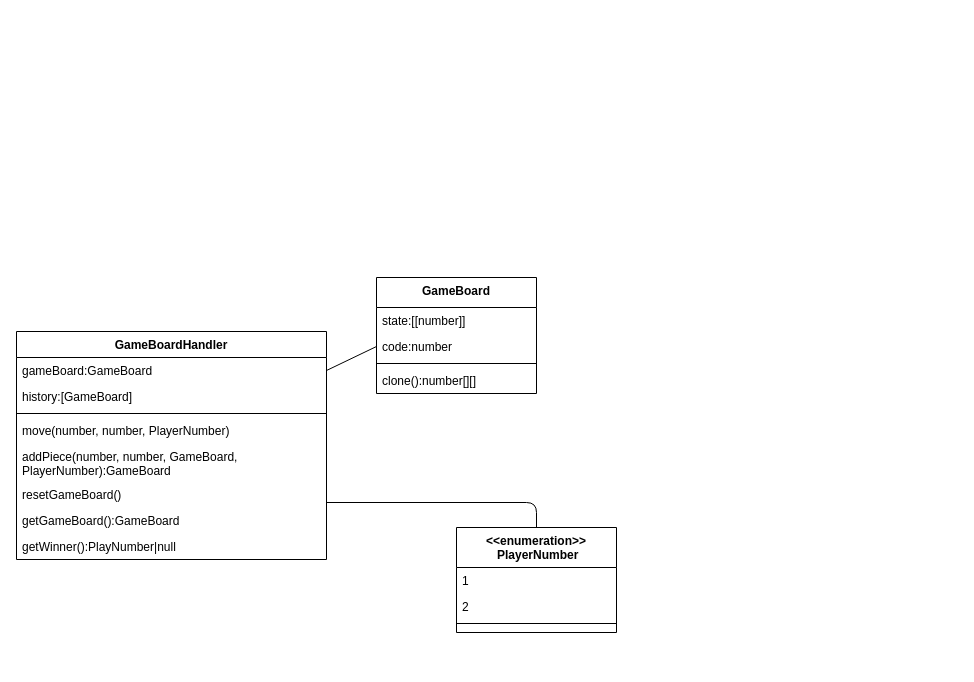
Earlier version of the draw.io diagram ProductBacklog/Klassendiagramme/Aktuell.drawio (idlaviV/TIKTacToe). Source tidied: cells renumbered, new cells numbered last; positions are measured from the earlier drawing's top-left corner, leaving out a move shared by most shapes. Both pictures are drawn from the tidied source at 100%, with x=0, y=0 at pixel (16, 277).
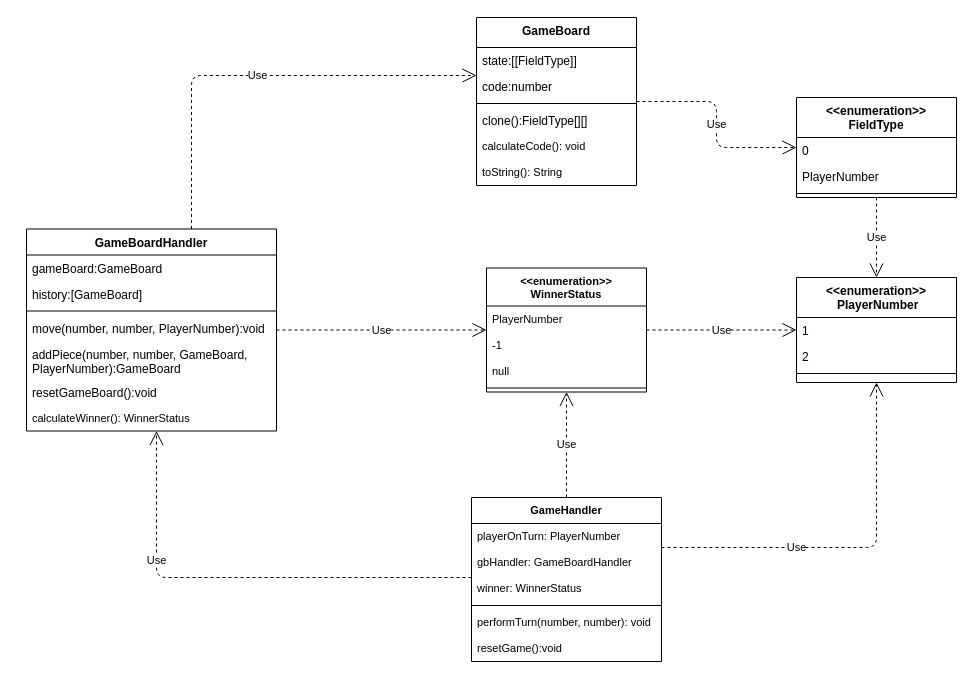
Above is the later version.

Unchanged cells that the change refers to:
```xml
<mxCell id="4" value="code:number" style="text;align=left;verticalAlign=top;spacingLeft=4;spacingRight=4;overflow=hidden;points=[[0,0.5],[1,0.5]];portConstraint=eastwest;rounded=0;shadow=0;html=0;" parent="2" vertex="1">
  <mxGeometry y="56" width="160" height="26" as="geometry" />
</mxCell>
```

The edit, as a diff of the source:
```diff
@@
     <mxCell id="2" value="GameBoard" style="swimlane;fontStyle=1;align=center;verticalAlign=top;horizontal=1;startSize=30;rounded=0;shadow=0;strokeWidth=1;" parent="1" vertex="1">
-      <mxGeometry x="360" width="160" height="116" as="geometry" />
+      <mxGeometry x="460" y="-260" width="160" height="168" as="geometry" />
     </mxCell>
-    <mxCell id="3" value="state:[[number]]" style="text;align=left;verticalAlign=top;spacingLeft=4;spacingRight=4;overflow=hidden;" parent="2" vertex="1">
+    <mxCell id="3" value="state:[[FieldType]]" style="text;align=left;verticalAlign=top;spacingLeft=4;spacingRight=4;overflow=hidden;" parent="2" vertex="1">
       <mxGeometry y="30" width="160" height="26" as="geometry" />
     </mxCell>
@@
-    <mxCell id="6" value="clone():number[][]" style="text;align=left;verticalAlign=top;spacingLeft=4;spacingRight=4;overflow=hidden;fontStyle=0;" parent="2" vertex="1">
+    <mxCell id="6" value="clone():FieldType[][]" style="text;align=left;verticalAlign=top;spacingLeft=4;spacingRight=4;overflow=hidden;fontStyle=0;" parent="2" vertex="1">
       <mxGeometry y="90" width="160" height="26" as="geometry" />
     </mxCell>
+    <mxCell id="22" value="calculateCode(): void" style="text;strokeColor=none;fillColor=none;align=left;verticalAlign=top;spacingLeft=4;spacingRight=4;overflow=hidden;fontFamily=Helvetica;fontSize=11;fontColor=default;" parent="2" vertex="1">
+      <mxGeometry y="116" width="160" height="26" as="geometry" />
+    </mxCell>
+    <mxCell id="23" value="toString(): String" style="text;strokeColor=none;fillColor=none;align=left;verticalAlign=top;spacingLeft=4;spacingRight=4;overflow=hidden;fontFamily=Helvetica;fontSize=11;fontColor=default;" parent="2" vertex="1">
+      <mxGeometry y="142" width="160" height="26" as="geometry" />
+    </mxCell>
     <mxCell id="7" value="GameBoardHandler" style="swimlane;fontStyle=1;align=center;verticalAlign=top;horizontal=1;startSize=26;rounded=0;shadow=0;strokeWidth=1;" parent="1" vertex="1">
-      <mxGeometry y="54" width="310" height="228" as="geometry" />
+      <mxGeometry x="10" y="-48.5" width="250" height="202" as="geometry" />
     </mxCell>
     <mxCell id="8" value="gameBoard:GameBoard" style="text;align=left;verticalAlign=top;spacingLeft=4;spacingRight=4;overflow=hidden;points=[[0,0.5],[1,0.5]];portConstraint=eastwest;" parent="7" vertex="1">
-      <mxGeometry y="26" width="310" height="26" as="geometry" />
+      <mxGeometry y="26" width="250" height="26" as="geometry" />
     </mxCell>
     <mxCell id="9" value="history:[GameBoard]" style="text;align=left;verticalAlign=top;spacingLeft=4;spacingRight=4;overflow=hidden;rounded=0;shadow=0;html=0;" parent="7" vertex="1">
-      <mxGeometry y="52" width="310" height="26" as="geometry" />
+      <mxGeometry y="52" width="250" height="26" as="geometry" />
     </mxCell>
     <mxCell id="10" style="line;html=1;strokeWidth=1;align=left;verticalAlign=middle;spacingTop=-1;spacingLeft=3;spacingRight=3;labelPosition=right;" parent="7" vertex="1">
-      <mxGeometry y="78" width="310" height="8" as="geometry" />
+      <mxGeometry y="78" width="250" height="8" as="geometry" />
     </mxCell>
-    <mxCell id="11" value="move(number, number, PlayerNumber)" style="text;align=left;verticalAlign=top;spacingLeft=4;spacingRight=4;overflow=hidden;fontStyle=0;" parent="7" vertex="1">
-      <mxGeometry y="86" width="310" height="26" as="geometry" />
+    <mxCell id="11" value="move(number, number, PlayerNumber):void" style="text;align=left;verticalAlign=top;spacingLeft=4;spacingRight=4;overflow=hidden;fontStyle=0;" parent="7" vertex="1">
+      <mxGeometry y="86" width="250" height="26" as="geometry" />
     </mxCell>
     <mxCell id="12" value="addPiece(number, number, GameBoard, &#10;PlayerNumber):GameBoard" style="text;strokeColor=none;fillColor=none;align=left;verticalAlign=top;spacingLeft=4;spacingRight=4;overflow=hidden;" parent="7" vertex="1">
-      <mxGeometry y="112" width="310" height="38" as="geometry" />
+      <mxGeometry y="112" width="250" height="38" as="geometry" />
     </mxCell>
-    <mxCell id="13" value="resetGameBoard()" style="text;strokeColor=none;fillColor=none;align=left;verticalAlign=top;spacingLeft=4;spacingRight=4;overflow=hidden;" parent="7" vertex="1">
-      <mxGeometry y="150" width="310" height="26" as="geometry" />
+    <mxCell id="13" value="resetGameBoard():void" style="text;strokeColor=none;fillColor=none;align=left;verticalAlign=top;spacingLeft=4;spacingRight=4;overflow=hidden;" parent="7" vertex="1">
+      <mxGeometry y="150" width="250" height="26" as="geometry" />
     </mxCell>
-    <mxCell id="14" value="getGameBoard():GameBoard" style="text;strokeColor=none;fillColor=none;align=left;verticalAlign=top;spacingLeft=4;spacingRight=4;overflow=hidden;" parent="7" vertex="1">
-      <mxGeometry y="176" width="310" height="26" as="geometry" />
-    </mxCell>
-    <mxCell id="15" value="getWinner():PlayNumber|null" style="text;strokeColor=none;fillColor=none;align=left;verticalAlign=top;spacingLeft=4;spacingRight=4;overflow=hidden;" parent="7" vertex="1">
-      <mxGeometry y="202" width="310" height="26" as="geometry" />
-    </mxCell>
+    <mxCell id="24" value="calculateWinner(): WinnerStatus" style="text;strokeColor=none;fillColor=none;align=left;verticalAlign=top;spacingLeft=4;spacingRight=4;overflow=hidden;fontFamily=Helvetica;fontSize=11;fontColor=default;" parent="7" vertex="1">
+      <mxGeometry y="176" width="250" height="26" as="geometry" />
+    </mxCell>
     <mxCell id="16" value="&lt;&lt;enumeration&gt;&gt;&#10; PlayerNumber" style="swimlane;fontStyle=1;align=center;verticalAlign=top;horizontal=1;startSize=40;rounded=0;shadow=0;strokeWidth=1;" parent="1" vertex="1">
-      <mxGeometry x="440" y="250" width="160" height="105" as="geometry" />
+      <mxGeometry x="780" width="160" height="105" as="geometry" />
     </mxCell>
@@
-    <mxCell id="20" style="endArrow=none;html=1;entryX=1;entryY=0.5;entryDx=0;entryDy=0;exitX=0;exitY=0.5;exitDx=0;exitDy=0;" parent="1" edge="1" source="4" target="8">
-      <mxGeometry relative="1" as="geometry" />
-    </mxCell>
-    <mxCell id="21" style="endArrow=none;html=1;entryX=1;entryY=0.75;entryDx=0;entryDy=0;exitX=0.5;exitY=0;exitDx=0;exitDy=0;edgeStyle=orthogonalEdgeStyle;" parent="1" edge="1" source="16" target="7">
-      <mxGeometry relative="1" as="geometry" />
-    </mxCell>
+    <mxCell id="25" value="&lt;&lt;enumeration&gt;&gt;&#10;FieldType" style="swimlane;fontStyle=1;align=center;verticalAlign=top;horizontal=1;startSize=40;" parent="1" vertex="1">
+      <mxGeometry x="780" y="-180" width="160" height="100" as="geometry" />
+    </mxCell>
+    <mxCell id="26" value="0" style="text;strokeColor=none;fillColor=none;align=left;verticalAlign=top;spacingLeft=4;spacingRight=4;overflow=hidden;" parent="25" vertex="1">
+      <mxGeometry y="40" width="160" height="26" as="geometry" />
+    </mxCell>
+    <mxCell id="27" value="PlayerNumber" style="text;strokeColor=none;fillColor=none;align=left;verticalAlign=top;spacingLeft=4;spacingRight=4;overflow=hidden;" parent="25" vertex="1">
+      <mxGeometry y="66" width="160" height="26" as="geometry" />
+    </mxCell>
+    <mxCell id="28" style="line;strokeWidth=1;fillColor=none;align=left;verticalAlign=middle;spacingTop=-1;spacingLeft=3;spacingRight=3;labelPosition=right;strokeColor=inherit;" parent="25" vertex="1">
+      <mxGeometry y="92" width="160" height="8" as="geometry" />
+    </mxCell>
+    <mxCell id="29" value="Use" style="endArrow=open;endSize=12;dashed=1;html=1;edgeStyle=orthogonalEdgeStyle;" parent="1" edge="1" source="7" target="2">
+      <mxGeometry relative="1" as="geometry">
+        <Array as="points">
+          <mxPoint x="175" y="-202" />
+        </Array>
+      </mxGeometry>
+    </mxCell>
+    <mxCell id="30" value="Use" style="endArrow=open;endSize=12;dashed=1;html=1;edgeStyle=orthogonalEdgeStyle;" parent="1" edge="1" source="2" target="25">
+      <mxGeometry relative="1" as="geometry" />
+    </mxCell>
+    <mxCell id="31" value="Use" style="endArrow=open;endSize=12;dashed=1;html=1;edgeStyle=orthogonalEdgeStyle;" parent="1" edge="1" source="25" target="16">
+      <mxGeometry relative="1" as="geometry" />
+    </mxCell>
+    <mxCell id="32" value="&lt;&lt;enumeration&gt;&gt;&#10;WinnerStatus" style="swimlane;fontStyle=1;align=center;verticalAlign=top;horizontal=1;startSize=38;fontFamily=Helvetica;fontSize=11;fontColor=default;" parent="1" vertex="1">
+      <mxGeometry x="470" y="-9.5" width="160" height="124" as="geometry" />
+    </mxCell>
+    <mxCell id="33" value="PlayerNumber" style="text;strokeColor=none;fillColor=none;align=left;verticalAlign=top;spacingLeft=4;spacingRight=4;overflow=hidden;fontFamily=Helvetica;fontSize=11;fontColor=default;" parent="32" vertex="1">
+      <mxGeometry y="38" width="160" height="26" as="geometry" />
+    </mxCell>
+    <mxCell id="34" value="-1" style="text;strokeColor=none;fillColor=none;align=left;verticalAlign=top;spacingLeft=4;spacingRight=4;overflow=hidden;fontFamily=Helvetica;fontSize=11;fontColor=default;" parent="32" vertex="1">
+      <mxGeometry y="64" width="160" height="26" as="geometry" />
+    </mxCell>
+    <mxCell id="35" value="null" style="text;strokeColor=none;fillColor=none;align=left;verticalAlign=top;spacingLeft=4;spacingRight=4;overflow=hidden;fontFamily=Helvetica;fontSize=11;fontColor=default;" parent="32" vertex="1">
+      <mxGeometry y="90" width="160" height="26" as="geometry" />
+    </mxCell>
+    <mxCell id="36" style="line;strokeWidth=1;fillColor=none;align=left;verticalAlign=middle;spacingTop=-1;spacingLeft=3;spacingRight=3;labelPosition=right;strokeColor=inherit;fontFamily=Helvetica;fontSize=11;fontColor=default;" parent="32" vertex="1">
+      <mxGeometry y="116" width="160" height="8" as="geometry" />
+    </mxCell>
+    <mxCell id="37" value="Use" style="endArrow=open;endSize=12;dashed=1;html=1;rounded=1;labelBackgroundColor=default;strokeColor=default;fontFamily=Helvetica;fontSize=11;fontColor=default;shape=connector;edgeStyle=elbowEdgeStyle;" parent="1" edge="1" source="7" target="32">
+      <mxGeometry relative="1" as="geometry" />
+    </mxCell>
+    <mxCell id="38" value="Use" style="endArrow=open;endSize=12;dashed=1;html=1;rounded=1;labelBackgroundColor=default;strokeColor=default;fontFamily=Helvetica;fontSize=11;fontColor=default;shape=connector;" parent="1" edge="1" source="32" target="16">
+      <mxGeometry relative="1" as="geometry" />
+    </mxCell>
+    <mxCell id="39" value="GameHandler" style="swimlane;fontStyle=1;align=center;verticalAlign=top;horizontal=1;startSize=26;fontFamily=Helvetica;fontSize=11;fontColor=default;" parent="1" vertex="1">
+      <mxGeometry x="455" y="220" width="190" height="164" as="geometry" />
+    </mxCell>
+    <mxCell id="40" value="playerOnTurn: PlayerNumber" style="text;strokeColor=none;fillColor=none;align=left;verticalAlign=top;spacingLeft=4;spacingRight=4;overflow=hidden;fontFamily=Helvetica;fontSize=11;fontColor=default;" parent="39" vertex="1">
+      <mxGeometry y="26" width="190" height="26" as="geometry" />
+    </mxCell>
+    <mxCell id="41" value="gbHandler: GameBoardHandler" style="text;strokeColor=none;fillColor=none;align=left;verticalAlign=top;spacingLeft=4;spacingRight=4;overflow=hidden;fontFamily=Helvetica;fontSize=11;fontColor=default;" parent="39" vertex="1">
+      <mxGeometry y="52" width="190" height="26" as="geometry" />
+    </mxCell>
+    <mxCell id="42" value="winner: WinnerStatus" style="text;strokeColor=none;fillColor=none;align=left;verticalAlign=top;spacingLeft=4;spacingRight=4;overflow=hidden;fontFamily=Helvetica;fontSize=11;fontColor=default;" parent="39" vertex="1">
+      <mxGeometry y="78" width="190" height="26" as="geometry" />
+    </mxCell>
+    <mxCell id="43" style="line;strokeWidth=1;fillColor=none;align=left;verticalAlign=middle;spacingTop=-1;spacingLeft=3;spacingRight=3;labelPosition=right;strokeColor=inherit;fontFamily=Helvetica;fontSize=11;fontColor=default;" parent="39" vertex="1">
+      <mxGeometry y="104" width="190" height="8" as="geometry" />
+    </mxCell>
+    <mxCell id="44" value="performTurn(number, number): void" style="text;strokeColor=none;fillColor=none;align=left;verticalAlign=top;spacingLeft=4;spacingRight=4;overflow=hidden;fontFamily=Helvetica;fontSize=11;fontColor=default;" parent="39" vertex="1">
+      <mxGeometry y="112" width="190" height="26" as="geometry" />
+    </mxCell>
+    <mxCell id="45" value="resetGame():void" style="text;strokeColor=none;fillColor=none;align=left;verticalAlign=top;spacingLeft=4;spacingRight=4;overflow=hidden;fontFamily=Helvetica;fontSize=11;fontColor=default;" parent="39" vertex="1">
+      <mxGeometry y="138" width="190" height="26" as="geometry" />
+    </mxCell>
+    <mxCell id="46" value="Use" style="endArrow=open;endSize=12;dashed=1;html=1;rounded=1;labelBackgroundColor=default;strokeColor=default;fontFamily=Helvetica;fontSize=11;fontColor=default;shape=connector;edgeStyle=elbowEdgeStyle;" parent="1" edge="1" source="39" target="7">
+      <mxGeometry x="0.44" relative="1" as="geometry">
+        <Array as="points">
+          <mxPoint x="140" y="300" />
+        </Array>
+      </mxGeometry>
+    </mxCell>
+    <mxCell id="47" value="Use" style="endArrow=open;endSize=12;dashed=1;html=1;rounded=1;labelBackgroundColor=default;strokeColor=default;fontFamily=Helvetica;fontSize=11;fontColor=default;shape=connector;" parent="1" edge="1" source="39" target="32">
+      <mxGeometry relative="1" as="geometry" />
+    </mxCell>
+    <mxCell id="48" value="Use" style="endArrow=open;endSize=12;dashed=1;html=1;rounded=1;labelBackgroundColor=default;strokeColor=default;fontFamily=Helvetica;fontSize=11;fontColor=default;shape=connector;edgeStyle=elbowEdgeStyle;" parent="1" edge="1" source="39" target="16">
+      <mxGeometry x="-0.29" relative="1" as="geometry">
+        <Array as="points">
+          <mxPoint x="860" y="270" />
+        </Array>
+      </mxGeometry>
+    </mxCell>
```
